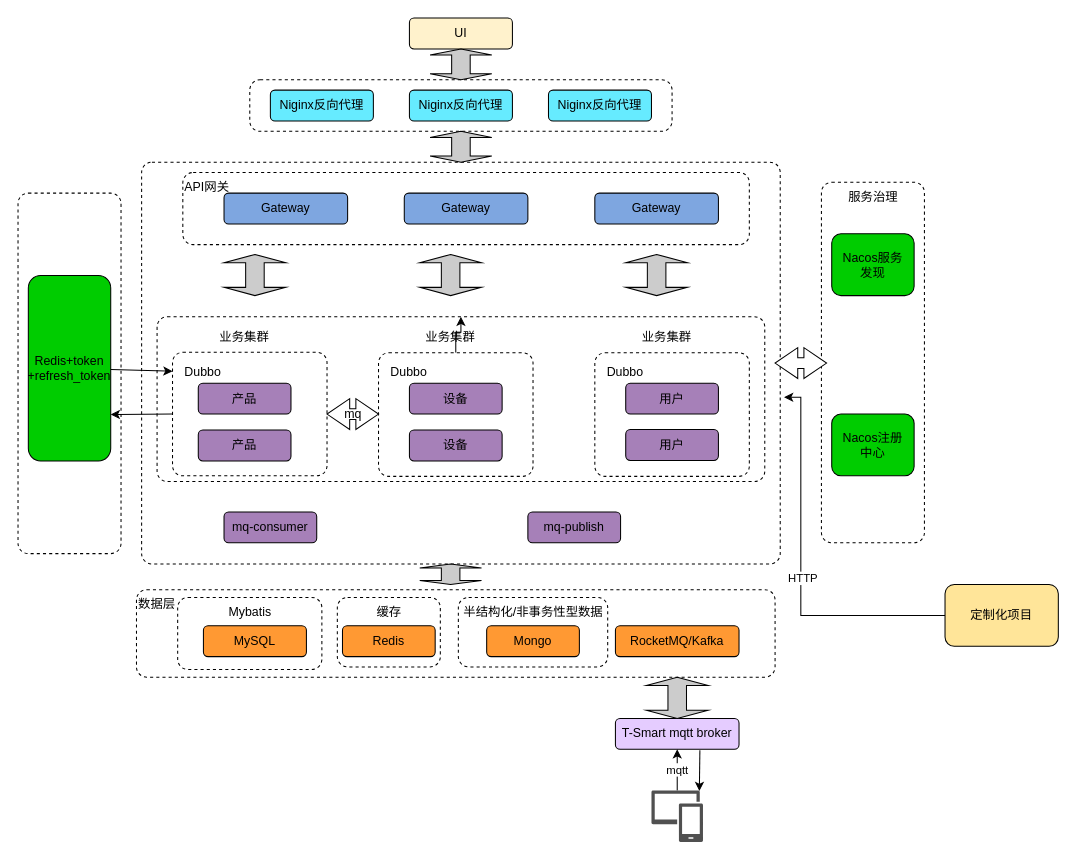
This is page "云平台架构" (2 of 3) of smqtt.drawio from airdive/drawio, a draw.io file, before an edit. Source tidied: cells renumbered, new cells numbered last; positions are measured from the earlier drawing's top-left corner, leaving out a move shared by most shapes. Both pictures are drawn from the tidied source at 103%, with x=0, y=0 at pixel (18, 18).
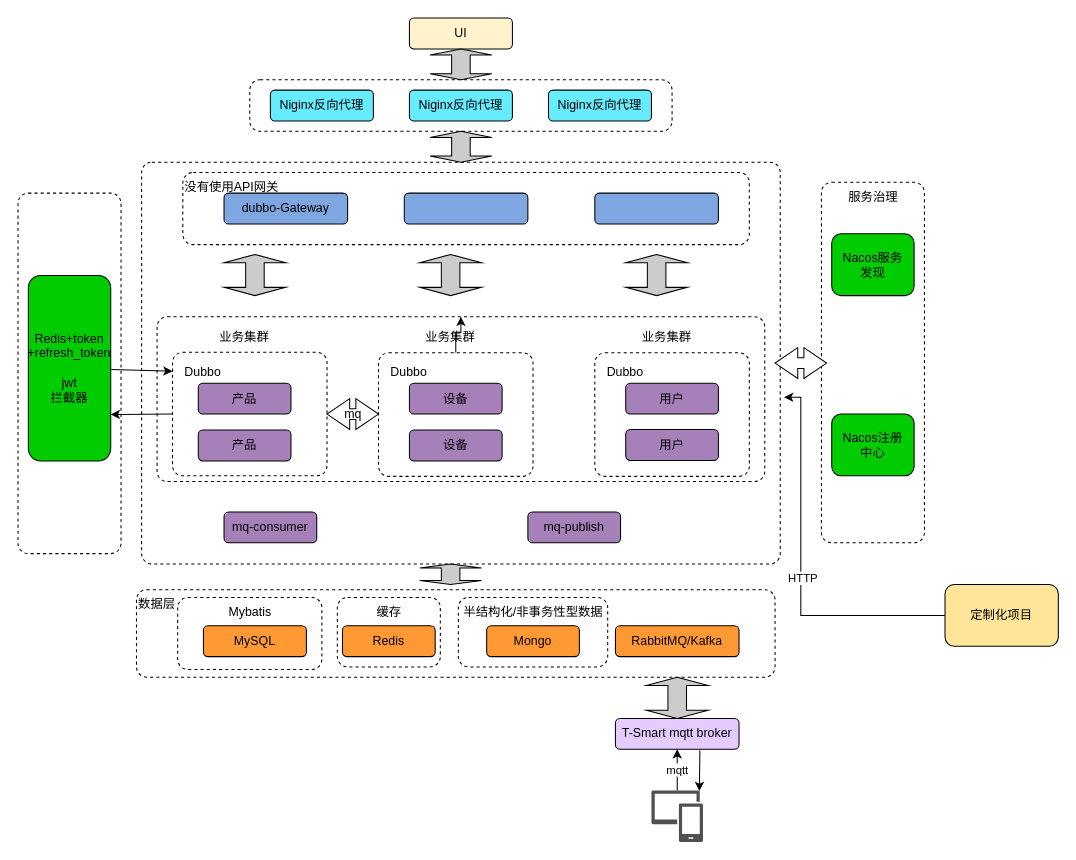
Above is the later version.

The edit, as a diff of the source:
```diff
@@
-    <mxCell id="12" value="API网关" style="html=1;align=left;verticalAlign=top;rounded=1;absoluteArcSize=1;arcSize=20;dashed=1;" parent="1" vertex="1">
+    <mxCell id="12" value="没有使用API网关" style="html=1;align=left;verticalAlign=top;rounded=1;absoluteArcSize=1;arcSize=20;dashed=1;" parent="1" vertex="1">
       <mxGeometry x="160" y="150" width="550" height="70" as="geometry" />
     </mxCell>
@@
-    <mxCell id="14" value="Gateway" style="rounded=1;whiteSpace=wrap;html=1;fillColor=#7EA6E0;" parent="1" vertex="1">
+    <mxCell id="14" value="dubbo-Gateway" style="rounded=1;whiteSpace=wrap;html=1;fillColor=#7EA6E0;" parent="1" vertex="1">
       <mxGeometry x="200" y="170" width="120" height="30" as="geometry" />
     </mxCell>
-    <mxCell id="15" value="Gateway" style="rounded=1;whiteSpace=wrap;html=1;fillColor=#7EA6E0;" parent="1" vertex="1">
+    <mxCell id="15" style="rounded=1;whiteSpace=wrap;html=1;fillColor=#7EA6E0;" parent="1" vertex="1">
       <mxGeometry x="375" y="170" width="120" height="30" as="geometry" />
     </mxCell>
@@
-    <mxCell id="19" value="Gateway" style="rounded=1;whiteSpace=wrap;html=1;fillColor=#7EA6E0;" parent="1" vertex="1">
+    <mxCell id="19" style="rounded=1;whiteSpace=wrap;html=1;fillColor=#7EA6E0;" parent="1" vertex="1">
       <mxGeometry x="560" y="170" width="120" height="30" as="geometry" />
     </mxCell>
@@
-    <mxCell id="40" value="RocketMQ/Kafka" style="rounded=1;whiteSpace=wrap;html=1;fillColor=#FF9933;" parent="1" vertex="1">
+    <mxCell id="40" value="RabbitMQ/Kafka" style="rounded=1;whiteSpace=wrap;html=1;fillColor=#FF9933;" parent="1" vertex="1">
       <mxGeometry x="580" y="590" width="120" height="30" as="geometry" />
     </mxCell>
@@
-    <mxCell id="52" value="&lt;div&gt;Redis+token&lt;/div&gt;&lt;div&gt;+refresh_token&lt;/div&gt;" style="rounded=1;whiteSpace=wrap;html=1;fillColor=#00CC00;" parent="1" vertex="1">
+    <mxCell id="52" value="&lt;div&gt;Redis+token&lt;/div&gt;&lt;div&gt;+refresh_token&lt;/div&gt;&lt;div&gt;&lt;br&gt;&lt;/div&gt;&lt;div&gt;jwt&lt;/div&gt;&lt;div&gt;拦截器&lt;br&gt;&lt;/div&gt;" style="rounded=1;whiteSpace=wrap;html=1;fillColor=#00CC00;" parent="1" vertex="1">
       <mxGeometry x="10" y="250" width="80" height="180" as="geometry" />
     </mxCell>
```
